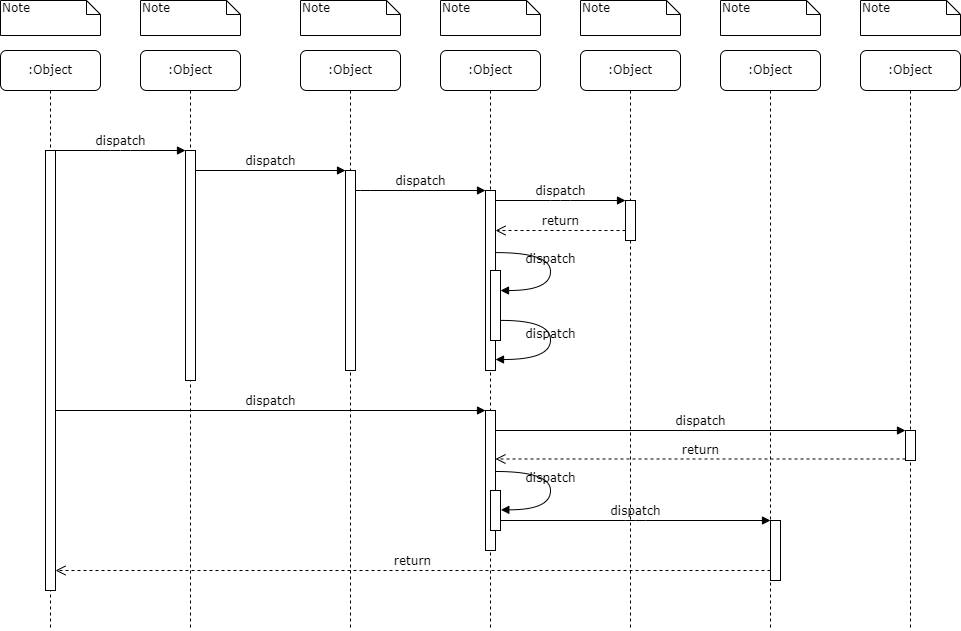
The draw.io diagram 厦门银行订单状态RSD_2.png in songyibo2019/mydiagrams, before a commit. Source tidied: cells renumbered, new cells last; positions are measured from the earlier drawing's top-left corner, leaving out a move shared by most shapes. The source it was exported from:
```xml
<mxGraphModel>
  <root>
    <mxCell id="0" />
    <mxCell id="1" parent="0" />
    <mxCell id="2" value=":Object" style="shape=umlLifeline;perimeter=lifelinePerimeter;whiteSpace=wrap;html=1;rounded=1;shadow=0;comic=0;labelBackgroundColor=none;strokeWidth=1;fontFamily=Verdana;fontSize=12;align=center;" parent="1" vertex="1">
      <mxGeometry x="140" y="50" width="100" height="580" as="geometry" />
    </mxCell>
    <mxCell id="3" style="html=1;points=[];perimeter=orthogonalPerimeter;rounded=0;shadow=0;comic=0;labelBackgroundColor=none;strokeWidth=1;fontFamily=Verdana;fontSize=12;align=center;" parent="2" vertex="1">
      <mxGeometry x="45" y="100" width="10" height="230" as="geometry" />
    </mxCell>
    <mxCell id="4" value=":Object" style="shape=umlLifeline;perimeter=lifelinePerimeter;whiteSpace=wrap;html=1;rounded=1;shadow=0;comic=0;labelBackgroundColor=none;strokeWidth=1;fontFamily=Verdana;fontSize=12;align=center;" parent="1" vertex="1">
      <mxGeometry x="300" y="50" width="100" height="580" as="geometry" />
    </mxCell>
    <mxCell id="5" style="html=1;points=[];perimeter=orthogonalPerimeter;rounded=0;shadow=0;comic=0;labelBackgroundColor=none;strokeWidth=1;fontFamily=Verdana;fontSize=12;align=center;" parent="4" vertex="1">
      <mxGeometry x="45" y="120" width="10" height="200" as="geometry" />
    </mxCell>
    <mxCell id="6" value=":Object" style="shape=umlLifeline;perimeter=lifelinePerimeter;whiteSpace=wrap;html=1;rounded=1;shadow=0;comic=0;labelBackgroundColor=none;strokeWidth=1;fontFamily=Verdana;fontSize=12;align=center;" parent="1" vertex="1">
      <mxGeometry x="440" y="50" width="100" height="580" as="geometry" />
    </mxCell>
    <mxCell id="7" value=":Object" style="shape=umlLifeline;perimeter=lifelinePerimeter;whiteSpace=wrap;html=1;rounded=1;shadow=0;comic=0;labelBackgroundColor=none;strokeWidth=1;fontFamily=Verdana;fontSize=12;align=center;" parent="1" vertex="1">
      <mxGeometry x="580" y="50" width="100" height="580" as="geometry" />
    </mxCell>
    <mxCell id="8" value=":Object" style="shape=umlLifeline;perimeter=lifelinePerimeter;whiteSpace=wrap;html=1;rounded=1;shadow=0;comic=0;labelBackgroundColor=none;strokeWidth=1;fontFamily=Verdana;fontSize=12;align=center;" parent="1" vertex="1">
      <mxGeometry x="720" y="50" width="100" height="580" as="geometry" />
    </mxCell>
    <mxCell id="9" value=":Object" style="shape=umlLifeline;perimeter=lifelinePerimeter;whiteSpace=wrap;html=1;rounded=1;shadow=0;comic=0;labelBackgroundColor=none;strokeWidth=1;fontFamily=Verdana;fontSize=12;align=center;" parent="1" vertex="1">
      <mxGeometry x="860" y="50" width="100" height="580" as="geometry" />
    </mxCell>
    <mxCell id="10" value=":Object" style="shape=umlLifeline;perimeter=lifelinePerimeter;whiteSpace=wrap;html=1;rounded=1;shadow=0;comic=0;labelBackgroundColor=none;strokeWidth=1;fontFamily=Verdana;fontSize=12;align=center;" parent="1" vertex="1">
      <mxGeometry y="50" width="100" height="580" as="geometry" />
    </mxCell>
    <mxCell id="11" style="html=1;points=[];perimeter=orthogonalPerimeter;rounded=0;shadow=0;comic=0;labelBackgroundColor=none;strokeWidth=1;fontFamily=Verdana;fontSize=12;align=center;" parent="10" vertex="1">
      <mxGeometry x="45" y="100" width="10" height="440" as="geometry" />
    </mxCell>
    <mxCell id="12" style="html=1;points=[];perimeter=orthogonalPerimeter;rounded=0;shadow=0;comic=0;labelBackgroundColor=none;strokeWidth=1;fontFamily=Verdana;fontSize=12;align=center;" parent="1" vertex="1">
      <mxGeometry x="485" y="190" width="10" height="180" as="geometry" />
    </mxCell>
    <mxCell id="13" value="dispatch" style="html=1;verticalAlign=bottom;endArrow=block;labelBackgroundColor=none;fontFamily=Verdana;fontSize=12;edgeStyle=elbowEdgeStyle;elbow=vertical;" parent="1" edge="1" source="5" target="12">
      <mxGeometry relative="1" as="geometry">
        <Array as="points">
          <mxPoint x="360" y="190" />
        </Array>
      </mxGeometry>
    </mxCell>
    <mxCell id="14" style="html=1;points=[];perimeter=orthogonalPerimeter;rounded=0;shadow=0;comic=0;labelBackgroundColor=none;strokeWidth=1;fontFamily=Verdana;fontSize=12;align=center;" parent="1" vertex="1">
      <mxGeometry x="625" y="200" width="10" height="40" as="geometry" />
    </mxCell>
    <mxCell id="15" value="dispatch" style="html=1;verticalAlign=bottom;endArrow=block;entryX=0;entryY=0;labelBackgroundColor=none;fontFamily=Verdana;fontSize=12;edgeStyle=elbowEdgeStyle;elbow=vertical;" parent="1" edge="1" source="12" target="14">
      <mxGeometry relative="1" as="geometry" />
    </mxCell>
    <mxCell id="16" value="return" style="html=1;verticalAlign=bottom;endArrow=open;dashed=1;endSize=8;labelBackgroundColor=none;fontFamily=Verdana;fontSize=12;edgeStyle=elbowEdgeStyle;elbow=vertical;" parent="1" edge="1" source="14" target="12">
      <mxGeometry relative="1" as="geometry">
        <Array as="points">
          <mxPoint x="570" y="230" />
          <mxPoint x="600" y="230" />
        </Array>
      </mxGeometry>
    </mxCell>
    <mxCell id="17" style="html=1;points=[];perimeter=orthogonalPerimeter;rounded=0;shadow=0;comic=0;labelBackgroundColor=none;strokeWidth=1;fontFamily=Verdana;fontSize=12;align=center;" parent="1" vertex="1">
      <mxGeometry x="485" y="410" width="10" height="140" as="geometry" />
    </mxCell>
    <mxCell id="18" value="dispatch" style="html=1;verticalAlign=bottom;endArrow=block;entryX=0;entryY=0;labelBackgroundColor=none;fontFamily=Verdana;fontSize=12;" parent="1" edge="1" source="11" target="17">
      <mxGeometry relative="1" as="geometry" />
    </mxCell>
    <mxCell id="19" style="html=1;points=[];perimeter=orthogonalPerimeter;rounded=0;shadow=0;comic=0;labelBackgroundColor=none;strokeColor=#000000;strokeWidth=1;fillColor=#FFFFFF;fontFamily=Verdana;fontSize=12;fontColor=#000000;align=center;" parent="1" vertex="1">
      <mxGeometry x="905" y="430" width="10" height="30" as="geometry" />
    </mxCell>
    <mxCell id="20" value="dispatch" style="html=1;verticalAlign=bottom;endArrow=block;entryX=0;entryY=0;labelBackgroundColor=none;fontFamily=Verdana;fontSize=12;" parent="1" edge="1" source="17" target="19">
      <mxGeometry relative="1" as="geometry" />
    </mxCell>
    <mxCell id="21" value="return" style="html=1;verticalAlign=bottom;endArrow=open;dashed=1;endSize=8;exitX=0;exitY=0.95;labelBackgroundColor=none;fontFamily=Verdana;fontSize=12;" parent="1" edge="1" source="19" target="17">
      <mxGeometry relative="1" as="geometry" />
    </mxCell>
    <mxCell id="22" style="html=1;points=[];perimeter=orthogonalPerimeter;rounded=0;shadow=0;comic=0;labelBackgroundColor=none;strokeWidth=1;fontFamily=Verdana;fontSize=12;align=center;" parent="1" vertex="1">
      <mxGeometry x="770" y="520" width="10" height="60" as="geometry" />
    </mxCell>
    <mxCell id="23" value="dispatch" style="html=1;verticalAlign=bottom;endArrow=block;entryX=0;entryY=0;labelBackgroundColor=none;fontFamily=Verdana;fontSize=12;edgeStyle=elbowEdgeStyle;elbow=vertical;" parent="1" edge="1" source="30" target="22">
      <mxGeometry relative="1" as="geometry" />
    </mxCell>
    <mxCell id="24" value="return" style="html=1;verticalAlign=bottom;endArrow=open;dashed=1;endSize=8;labelBackgroundColor=none;fontFamily=Verdana;fontSize=12;edgeStyle=elbowEdgeStyle;elbow=vertical;" parent="1" edge="1" source="22" target="11">
      <mxGeometry relative="1" as="geometry">
        <Array as="points">
          <mxPoint x="470" y="570" />
        </Array>
      </mxGeometry>
    </mxCell>
    <mxCell id="25" value="dispatch" style="html=1;verticalAlign=bottom;endArrow=block;entryX=0;entryY=0;labelBackgroundColor=none;fontFamily=Verdana;fontSize=12;edgeStyle=elbowEdgeStyle;elbow=vertical;" parent="1" edge="1" source="11" target="3">
      <mxGeometry relative="1" as="geometry" />
    </mxCell>
    <mxCell id="26" value="dispatch" style="html=1;verticalAlign=bottom;endArrow=block;entryX=0;entryY=0;labelBackgroundColor=none;fontFamily=Verdana;fontSize=12;edgeStyle=elbowEdgeStyle;elbow=vertical;" parent="1" edge="1" source="3" target="5">
      <mxGeometry relative="1" as="geometry" />
    </mxCell>
    <mxCell id="27" style="html=1;points=[];perimeter=orthogonalPerimeter;rounded=0;shadow=0;comic=0;labelBackgroundColor=none;strokeWidth=1;fontFamily=Verdana;fontSize=12;align=center;" parent="1" vertex="1">
      <mxGeometry x="490" y="270" width="10" height="70" as="geometry" />
    </mxCell>
    <mxCell id="28" value="dispatch" style="html=1;verticalAlign=bottom;endArrow=block;labelBackgroundColor=none;fontFamily=Verdana;fontSize=12;elbow=vertical;edgeStyle=orthogonalEdgeStyle;curved=1;entryX=1;entryY=0.286;entryPerimeter=0;exitX=1.038;exitY=0.345;exitPerimeter=0;" parent="1" edge="1" source="12" target="27">
      <mxGeometry relative="1" as="geometry">
        <Array as="points">
          <mxPoint x="550" y="252" />
          <mxPoint x="550" y="290" />
        </Array>
      </mxGeometry>
    </mxCell>
    <mxCell id="29" value="dispatch" style="html=1;verticalAlign=bottom;endArrow=block;labelBackgroundColor=none;fontFamily=Verdana;fontSize=12;elbow=vertical;edgeStyle=orthogonalEdgeStyle;curved=1;exitX=1.066;exitY=0.713;exitPerimeter=0;" parent="1" edge="1" source="27">
      <mxGeometry relative="1" as="geometry">
        <mxPoint x="495" y="359" as="targetPoint" />
        <Array as="points">
          <mxPoint x="550" y="320" />
          <mxPoint x="550" y="359" />
        </Array>
      </mxGeometry>
    </mxCell>
    <mxCell id="30" style="html=1;points=[];perimeter=orthogonalPerimeter;rounded=0;shadow=0;comic=0;labelBackgroundColor=none;strokeWidth=1;fontFamily=Verdana;fontSize=12;align=center;" parent="1" vertex="1">
      <mxGeometry x="490" y="490" width="10" height="40" as="geometry" />
    </mxCell>
    <mxCell id="31" value="dispatch" style="html=1;verticalAlign=bottom;endArrow=block;labelBackgroundColor=none;fontFamily=Verdana;fontSize=12;elbow=vertical;edgeStyle=orthogonalEdgeStyle;curved=1;entryX=1;entryY=0.286;entryPerimeter=0;exitX=1.038;exitY=0.345;exitPerimeter=0;" parent="1" edge="1">
      <mxGeometry relative="1" as="geometry">
        <mxPoint x="495.3" y="471" as="sourcePoint" />
        <mxPoint x="500.3" y="509.3" as="targetPoint" />
        <Array as="points">
          <mxPoint x="550" y="471" />
          <mxPoint x="550" y="509" />
        </Array>
      </mxGeometry>
    </mxCell>
    <mxCell id="32" value="Note" style="shape=note;whiteSpace=wrap;html=1;size=14;verticalAlign=top;align=left;spacingTop=-6;rounded=0;shadow=0;comic=0;labelBackgroundColor=none;strokeWidth=1;fontFamily=Verdana;fontSize=12;" parent="1" vertex="1">
      <mxGeometry width="100" height="35" as="geometry" />
    </mxCell>
    <mxCell id="33" value="Note" style="shape=note;whiteSpace=wrap;html=1;size=14;verticalAlign=top;align=left;spacingTop=-6;rounded=0;shadow=0;comic=0;labelBackgroundColor=none;strokeWidth=1;fontFamily=Verdana;fontSize=12;" parent="1" vertex="1">
      <mxGeometry x="140" width="100" height="35" as="geometry" />
    </mxCell>
    <mxCell id="34" value="Note" style="shape=note;whiteSpace=wrap;html=1;size=14;verticalAlign=top;align=left;spacingTop=-6;rounded=0;shadow=0;comic=0;labelBackgroundColor=none;strokeWidth=1;fontFamily=Verdana;fontSize=12;" parent="1" vertex="1">
      <mxGeometry x="300" width="100" height="35" as="geometry" />
    </mxCell>
    <mxCell id="35" value="Note" style="shape=note;whiteSpace=wrap;html=1;size=14;verticalAlign=top;align=left;spacingTop=-6;rounded=0;shadow=0;comic=0;labelBackgroundColor=none;strokeWidth=1;fontFamily=Verdana;fontSize=12;" parent="1" vertex="1">
      <mxGeometry x="440" width="100" height="35" as="geometry" />
    </mxCell>
    <mxCell id="36" value="Note" style="shape=note;whiteSpace=wrap;html=1;size=14;verticalAlign=top;align=left;spacingTop=-6;rounded=0;shadow=0;comic=0;labelBackgroundColor=none;strokeWidth=1;fontFamily=Verdana;fontSize=12;" parent="1" vertex="1">
      <mxGeometry x="580" width="100" height="35" as="geometry" />
    </mxCell>
    <mxCell id="37" value="Note" style="shape=note;whiteSpace=wrap;html=1;size=14;verticalAlign=top;align=left;spacingTop=-6;rounded=0;shadow=0;comic=0;labelBackgroundColor=none;strokeWidth=1;fontFamily=Verdana;fontSize=12;" parent="1" vertex="1">
      <mxGeometry x="720" width="100" height="35" as="geometry" />
    </mxCell>
    <mxCell id="38" value="Note" style="shape=note;whiteSpace=wrap;html=1;size=14;verticalAlign=top;align=left;spacingTop=-6;rounded=0;shadow=0;comic=0;labelBackgroundColor=none;strokeWidth=1;fontFamily=Verdana;fontSize=12;" parent="1" vertex="1">
      <mxGeometry x="860" width="100" height="35" as="geometry" />
    </mxCell>
  </root>
</mxGraphModel>
```
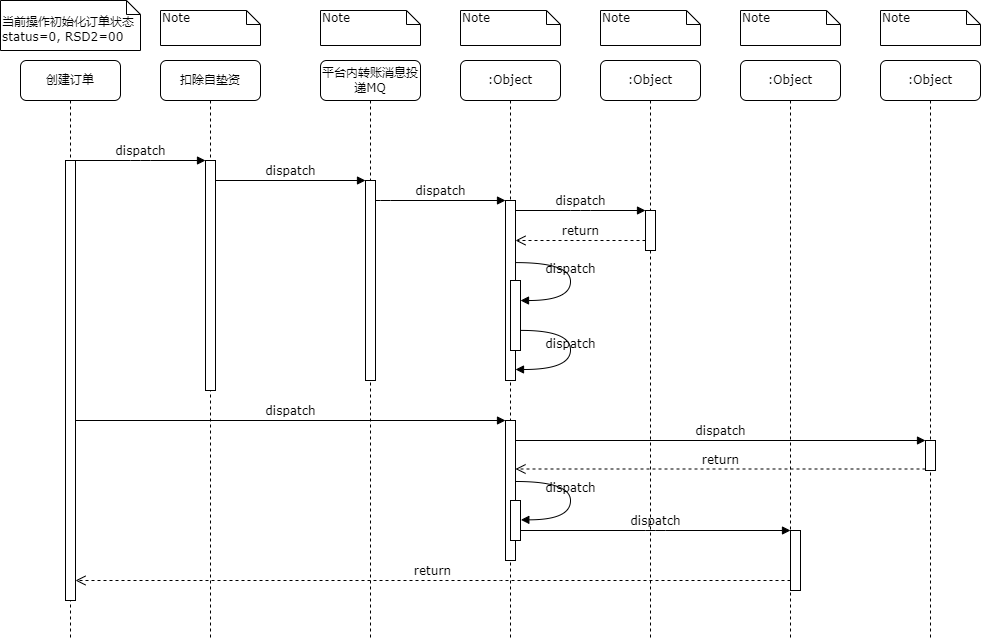
Above is the later version.

Commit message:
Update 厦门银行订单状态RSD_2.png

Change to the diagram source:
```diff
@@ -2,13 +2,13 @@
   <root>
     <mxCell id="0" />
     <mxCell id="1" parent="0" />
-    <mxCell id="2" value=":Object" style="shape=umlLifeline;perimeter=lifelinePerimeter;whiteSpace=wrap;html=1;rounded=1;shadow=0;comic=0;labelBackgroundColor=none;strokeWidth=1;fontFamily=Verdana;fontSize=12;align=center;" parent="1" vertex="1">
+    <mxCell id="2" value="扣除自垫资" style="shape=umlLifeline;perimeter=lifelinePerimeter;whiteSpace=wrap;html=1;rounded=1;shadow=0;comic=0;labelBackgroundColor=none;strokeWidth=1;fontFamily=Verdana;fontSize=12;align=center;" parent="1" vertex="1">
       <mxGeometry x="140" y="50" width="100" height="580" as="geometry" />
     </mxCell>
     <mxCell id="3" style="html=1;points=[];perimeter=orthogonalPerimeter;rounded=0;shadow=0;comic=0;labelBackgroundColor=none;strokeWidth=1;fontFamily=Verdana;fontSize=12;align=center;" parent="2" vertex="1">
       <mxGeometry x="45" y="100" width="10" height="230" as="geometry" />
     </mxCell>
-    <mxCell id="4" value=":Object" style="shape=umlLifeline;perimeter=lifelinePerimeter;whiteSpace=wrap;html=1;rounded=1;shadow=0;comic=0;labelBackgroundColor=none;strokeWidth=1;fontFamily=Verdana;fontSize=12;align=center;" parent="1" vertex="1">
+    <mxCell id="4" value="平台内转账消息投递MQ" style="shape=umlLifeline;perimeter=lifelinePerimeter;whiteSpace=wrap;html=1;rounded=1;shadow=0;comic=0;labelBackgroundColor=none;strokeWidth=1;fontFamily=Verdana;fontSize=12;align=center;" parent="1" vertex="1">
       <mxGeometry x="300" y="50" width="100" height="580" as="geometry" />
     </mxCell>
     <mxCell id="5" style="html=1;points=[];perimeter=orthogonalPerimeter;rounded=0;shadow=0;comic=0;labelBackgroundColor=none;strokeWidth=1;fontFamily=Verdana;fontSize=12;align=center;" parent="4" vertex="1">
@@ -26,7 +26,7 @@
     <mxCell id="9" value=":Object" style="shape=umlLifeline;perimeter=lifelinePerimeter;whiteSpace=wrap;html=1;rounded=1;shadow=0;comic=0;labelBackgroundColor=none;strokeWidth=1;fontFamily=Verdana;fontSize=12;align=center;" parent="1" vertex="1">
       <mxGeometry x="860" y="50" width="100" height="580" as="geometry" />
     </mxCell>
-    <mxCell id="10" value=":Object" style="shape=umlLifeline;perimeter=lifelinePerimeter;whiteSpace=wrap;html=1;rounded=1;shadow=0;comic=0;labelBackgroundColor=none;strokeWidth=1;fontFamily=Verdana;fontSize=12;align=center;" parent="1" vertex="1">
+    <mxCell id="10" value="创建订单" style="shape=umlLifeline;perimeter=lifelinePerimeter;whiteSpace=wrap;html=1;rounded=1;shadow=0;comic=0;labelBackgroundColor=none;strokeWidth=1;fontFamily=Verdana;fontSize=12;align=center;" parent="1" vertex="1">
       <mxGeometry y="50" width="100" height="580" as="geometry" />
     </mxCell>
     <mxCell id="11" style="html=1;points=[];perimeter=orthogonalPerimeter;rounded=0;shadow=0;comic=0;labelBackgroundColor=none;strokeWidth=1;fontFamily=Verdana;fontSize=12;align=center;" parent="10" vertex="1">
@@ -123,8 +123,8 @@
         </Array>
       </mxGeometry>
     </mxCell>
-    <mxCell id="32" value="Note" style="shape=note;whiteSpace=wrap;html=1;size=14;verticalAlign=top;align=left;spacingTop=-6;rounded=0;shadow=0;comic=0;labelBackgroundColor=none;strokeWidth=1;fontFamily=Verdana;fontSize=12;" parent="1" vertex="1">
-      <mxGeometry width="100" height="35" as="geometry" />
+    <mxCell id="32" value="&lt;br&gt;当前操作初始化订单状态status=0, RSD2=00" style="shape=note;whiteSpace=wrap;html=1;size=14;verticalAlign=top;align=left;spacingTop=-6;rounded=0;shadow=0;comic=0;labelBackgroundColor=none;strokeWidth=1;fontFamily=Verdana;fontSize=12;" parent="1" vertex="1">
+      <mxGeometry x="-20" y="-10" width="140" height="50" as="geometry" />
     </mxCell>
     <mxCell id="33" value="Note" style="shape=note;whiteSpace=wrap;html=1;size=14;verticalAlign=top;align=left;spacingTop=-6;rounded=0;shadow=0;comic=0;labelBackgroundColor=none;strokeWidth=1;fontFamily=Verdana;fontSize=12;" parent="1" vertex="1">
       <mxGeometry x="140" width="100" height="35" as="geometry" />
```
